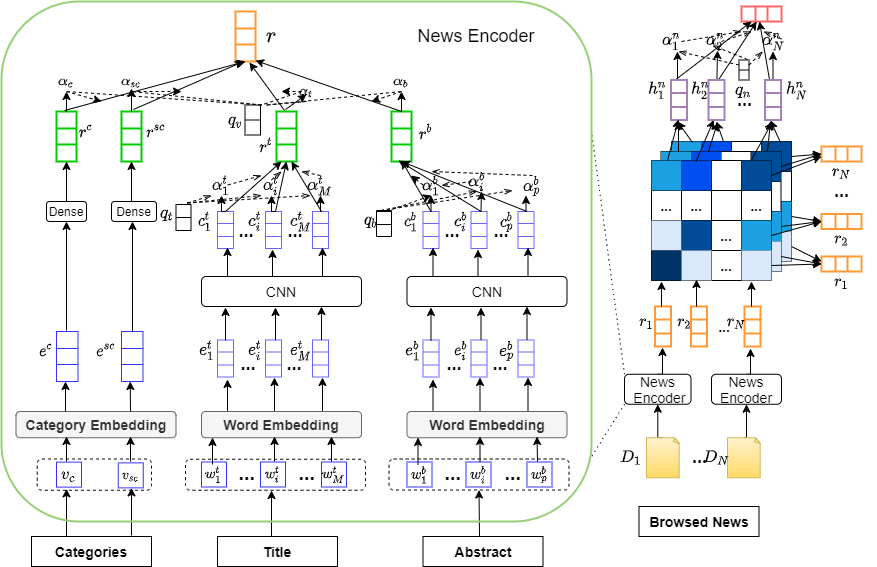
Earlier version of the draw.io export MAML.png (Karry-Eva/PapersNotes). Source tidied: cells renumbered, new cells last; positions are measured from the earlier drawing's top-left corner, leaving out a move shared by most shapes.
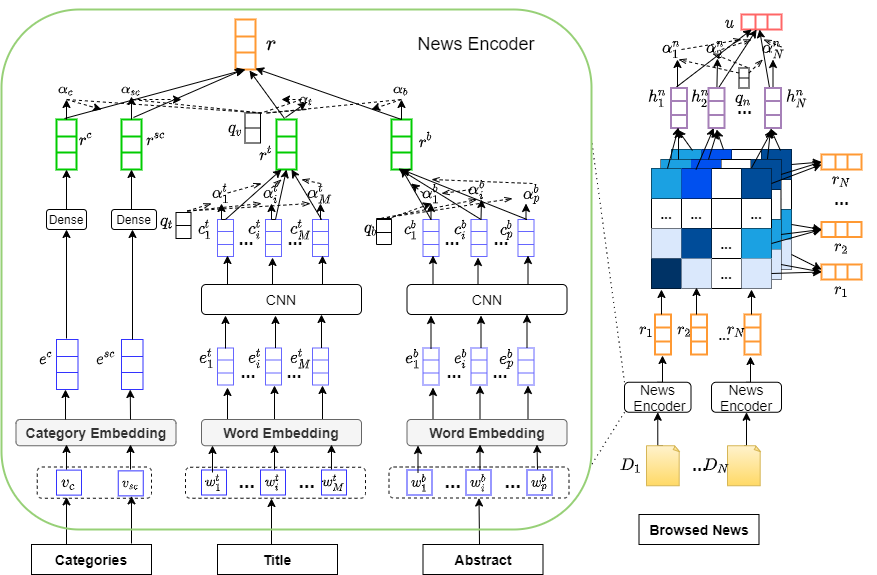
After the change.

What changed in the source:
```diff
@@ -1610,5 +1610,8 @@
         <mxPoint x="820" y="260" as="targetPoint" />
       </mxGeometry>
     </mxCell>
+    <mxCell id="488" value="&lt;b&gt;$$u$$&lt;/b&gt;" style="text;html=1;align=center;verticalAlign=middle;fontSize=14;" parent="1" vertex="1">
+      <mxGeometry x="697.5" y="2.5" width="60" height="20" as="geometry" />
+    </mxCell>
   </root>
 </mxGraphModel>
```
